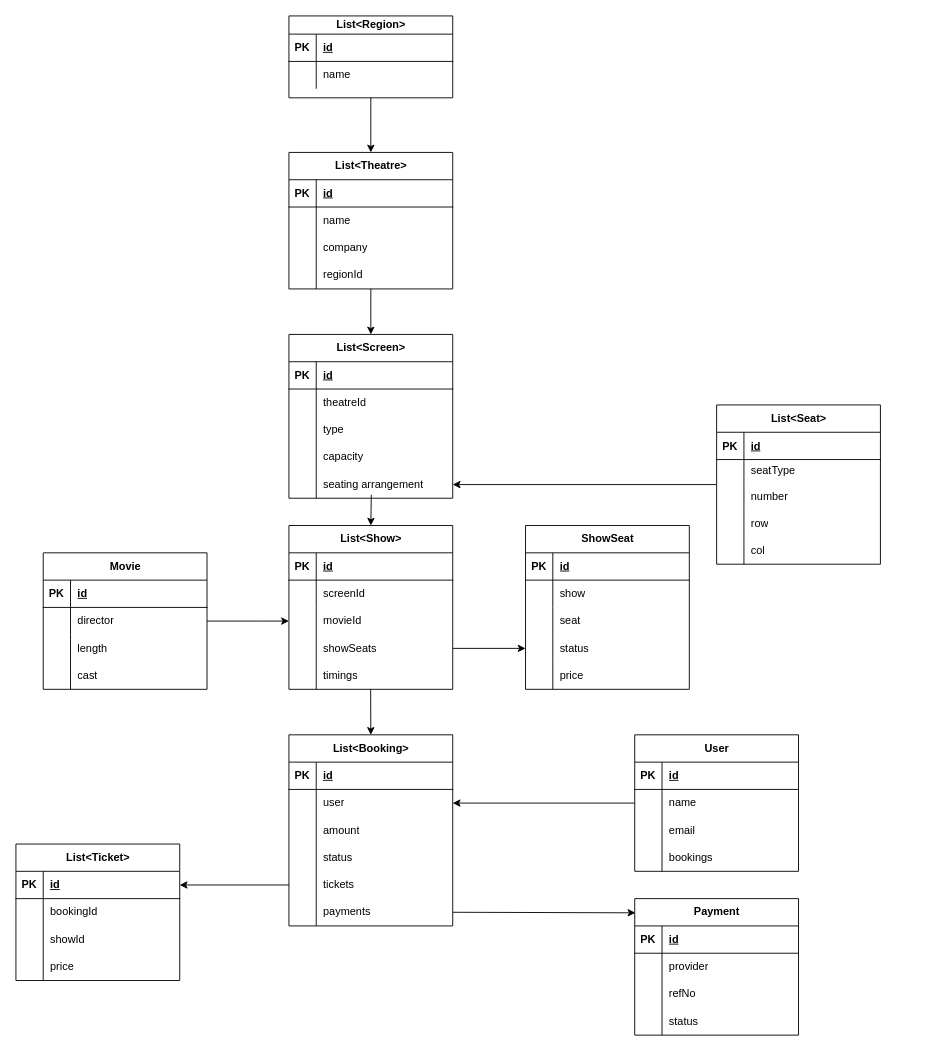
mynkMishra/diagrams keeps this draw.io diagram as bookmyshow.drawio. Above is the earlier version. Source tidied: cells renumbered, new cells numbered last; positions are measured from the earlier drawing's top-left corner, leaving out a move shared by most shapes. Both pictures are drawn from the tidied source at 91%, with x=0, y=0 at pixel (15, 15).
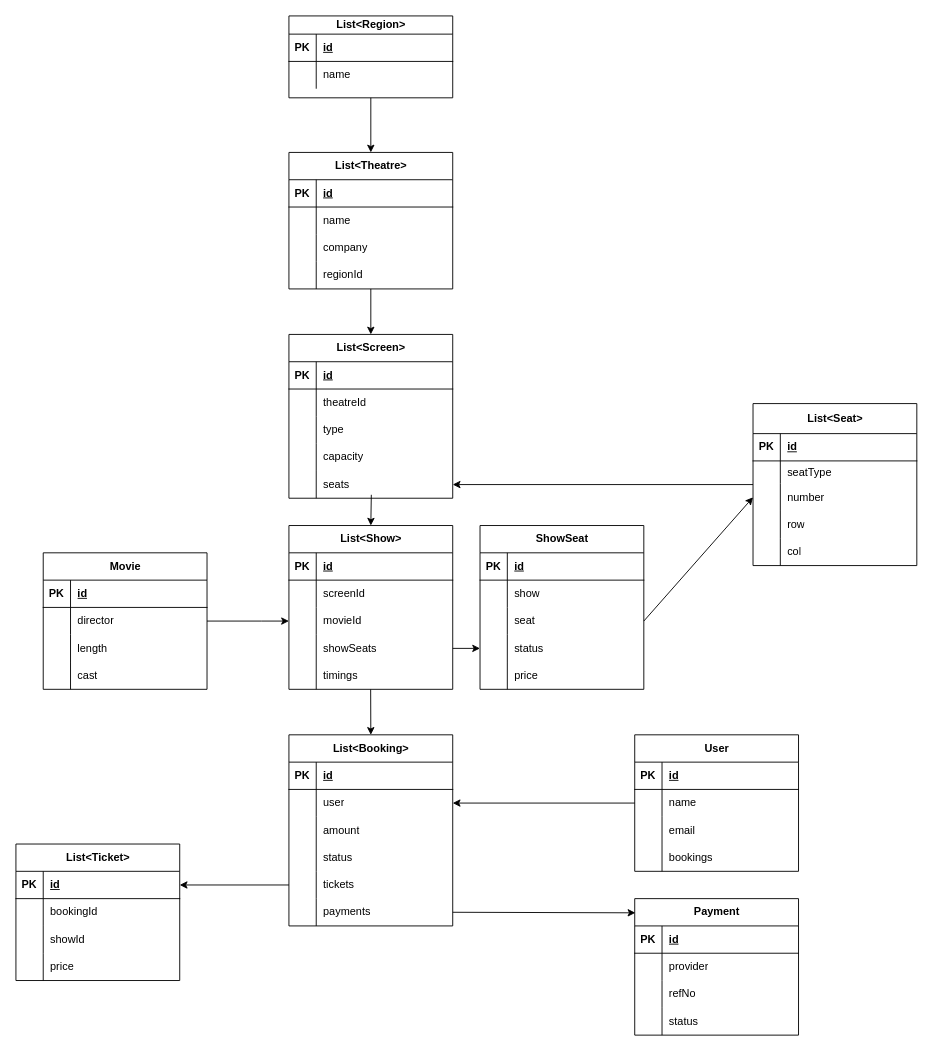
The same page after the edit.

The change refers to these unchanged cells:
```xml
<mxCell id="67" style="shape=tableRow;horizontal=0;startSize=0;swimlaneHead=0;swimlaneBody=0;fillColor=none;points=[[0,0.5],[1,0.5]];portConstraint=eastwest;top=0;left=0;right=0;bottom=0;" parent="54" vertex="1">
  <mxGeometry y="150" width="180" height="30" as="geometry" />
</mxCell>
<mxCell id="143" style="shape=tableRow;horizontal=0;startSize=0;swimlaneHead=0;swimlaneBody=0;fillColor=none;points=[[0,0.5],[1,0.5]];portConstraint=eastwest;top=0;left=0;right=0;bottom=0;" parent="136" vertex="1">
  <mxGeometry y="90" width="180" height="30" as="geometry" />
</mxCell>
```

Change to the diagram source:
```diff
@@
-    <mxCell id="69" value="seating arrangement" style="shape=partialRectangle;fillColor=none;top=0;left=0;bottom=0;right=0;align=left;spacingLeft=6;overflow=hidden;whiteSpace=wrap;html=1;" parent="67" vertex="1">
+    <mxCell id="69" value="seats" style="shape=partialRectangle;fillColor=none;top=0;left=0;bottom=0;right=0;align=left;spacingLeft=6;overflow=hidden;whiteSpace=wrap;html=1;" parent="67" vertex="1">
       <mxGeometry x="30" width="150" height="30" as="geometry" />
     </mxCell>
@@
-    <mxCell id="86" value="List&amp;lt;Seat&amp;gt;" style="shape=table;startSize=30;childLayout=tableLayout;rowLines=0;fontStyle=1;align=center;html=1;" parent="1" vertex="1">
-      <mxGeometry x="770" y="427.5" width="180" height="175" as="geometry" />
+    <mxCell id="86" value="List&amp;lt;Seat&amp;gt;" style="shape=table;startSize=33;childLayout=tableLayout;rowLines=0;fontStyle=1;align=center;html=1;" parent="1" vertex="1">
+      <mxGeometry x="810" y="426" width="180" height="178" as="geometry" />
     </mxCell>
     <mxCell id="87" style="shape=tableRow;horizontal=0;startSize=0;swimlaneHead=0;swimlaneBody=0;fillColor=none;top=0;left=0;right=0;bottom=1;" parent="86" vertex="1">
-      <mxGeometry y="30" width="180" height="30" as="geometry" />
+      <mxGeometry y="33" width="180" height="30" as="geometry" />
     </mxCell>
@@
     <mxCell id="90" style="shape=tableRow;horizontal=0;startSize=0;swimlaneHead=0;swimlaneBody=0;fillColor=none;top=0;left=0;right=0;bottom=0;" parent="86" vertex="1">
-      <mxGeometry y="60" width="180" height="25" as="geometry" />
+      <mxGeometry y="63" width="180" height="25" as="geometry" />
     </mxCell>
@@
     <mxCell id="93" style="shape=tableRow;horizontal=0;startSize=0;swimlaneHead=0;swimlaneBody=0;fillColor=none;points=[[0,0.5],[1,0.5]];portConstraint=eastwest;top=0;left=0;right=0;bottom=0;" parent="86" vertex="1">
-      <mxGeometry y="85" width="180" height="30" as="geometry" />
+      <mxGeometry y="88" width="180" height="30" as="geometry" />
     </mxCell>
@@
     <mxCell id="96" style="shape=tableRow;horizontal=0;startSize=0;swimlaneHead=0;swimlaneBody=0;fillColor=none;top=0;left=0;right=0;bottom=0;" parent="86" vertex="1">
-      <mxGeometry y="115" width="180" height="30" as="geometry" />
+      <mxGeometry y="118" width="180" height="30" as="geometry" />
     </mxCell>
@@
     <mxCell id="99" style="shape=tableRow;horizontal=0;startSize=0;swimlaneHead=0;swimlaneBody=0;fillColor=none;top=0;left=0;right=0;bottom=0;" parent="86" vertex="1">
-      <mxGeometry y="145" width="180" height="30" as="geometry" />
+      <mxGeometry y="148" width="180" height="30" as="geometry" />
     </mxCell>
@@
     <mxCell id="136" value="ShowSeat" style="shape=table;startSize=30;childLayout=tableLayout;rowLines=0;fontStyle=1;align=center;html=1;" parent="1" vertex="1">
-      <mxGeometry x="560" y="560" width="180" height="180" as="geometry" />
+      <mxGeometry x="510" y="560" width="180" height="180" as="geometry" />
     </mxCell>
@@
+    <mxCell id="167" style="endArrow=classic;html=1;rounded=0;exitX=1;exitY=0.5;exitDx=0;exitDy=0;entryX=0;entryY=0.5;entryDx=0;entryDy=0;" parent="1" edge="1" source="143" target="93">
+      <mxGeometry relative="1" as="geometry" />
+    </mxCell>
```
